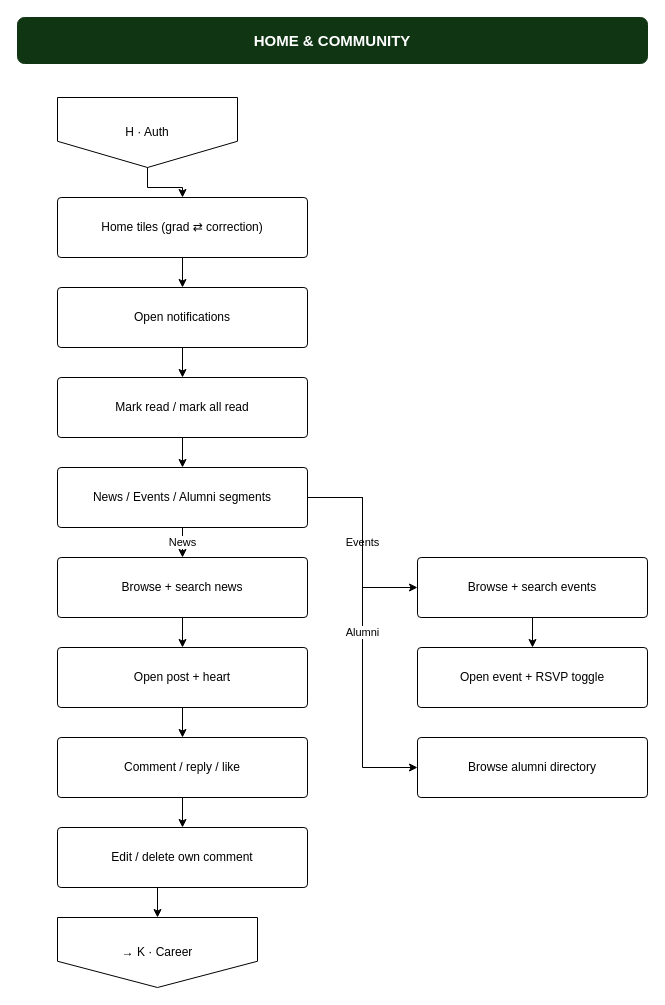
The draw.io diagram page "Mobile — Home & Community" (3 of 4) of docs/reunio-mobile-flow.drawio in dibidjims17/Alumni-System, before the edit. Source tidied: cells renumbered, new cells numbered last; positions are measured from the earlier drawing's top-left corner, leaving out a move shared by most shapes. Both pictures are drawn from the tidied source at 100%, with x=0, y=0 at pixel (17, 17).
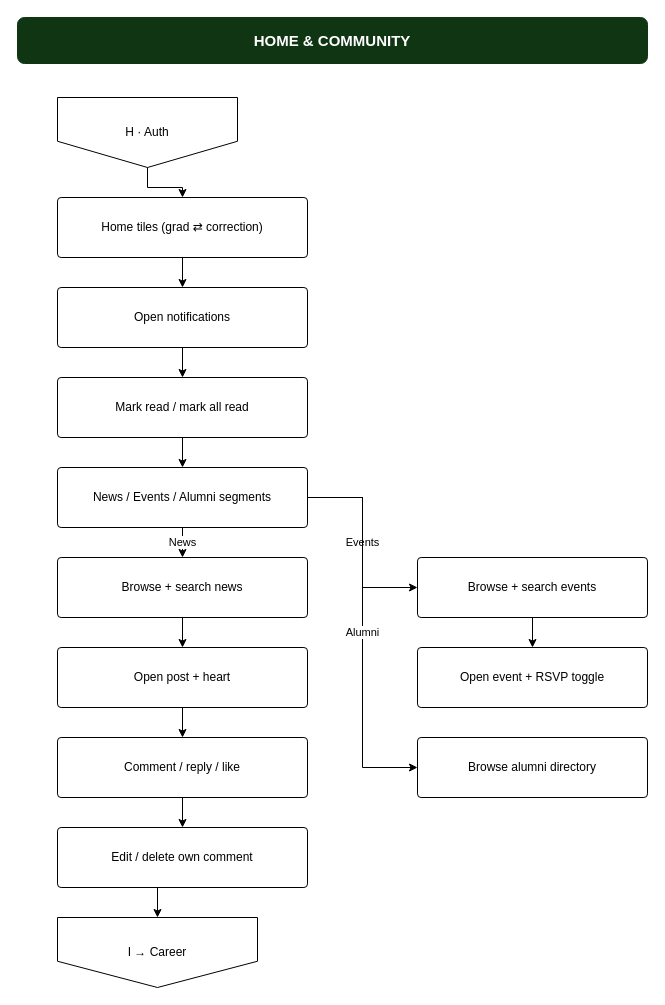
The same diagram, later.

What changed in the source:
```diff
@@
-    <mxCell id="12" value="→ K · Career" style="shape=offPageConnector;whiteSpace=wrap;html=1;fontSize=12;" parent="1" vertex="1">
+    <mxCell id="12" value="I → Career" style="shape=offPageConnector;whiteSpace=wrap;html=1;fontSize=12;" parent="1" vertex="1">
       <mxGeometry x="40" y="900" width="200" height="70" as="geometry" />
     </mxCell>
```
